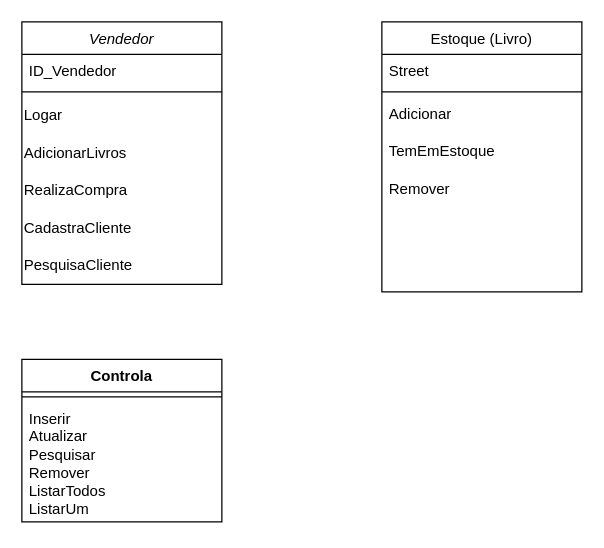
This is Documentação/UML_Primeira_Parte.drawio from AlecrimLunar/Banco-de-dados-Livraria, a draw.io file, before an edit. Source tidied: cells renumbered, new cells numbered last; positions are measured from the earlier drawing's top-left corner, leaving out a move shared by most shapes. Both pictures are drawn from the tidied source at 125%, with x=0, y=0 at pixel (21, 21).
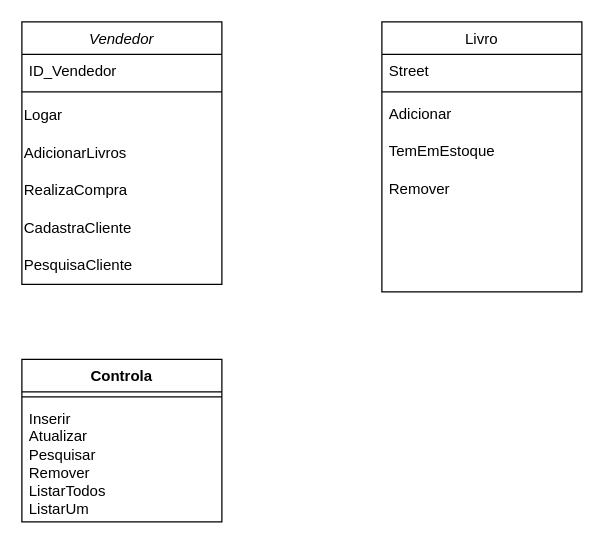
The same diagram, later.

The edit, as a diff of the source:
```diff
@@
 <mxGraphModel>
   <root>
     <mxCell id="0" />
     <mxCell id="1" parent="0" />
     <mxCell id="2" value="Vendedor" style="swimlane;fontStyle=2;align=center;verticalAlign=top;horizontal=1;startSize=26;rounded=0;shadow=0;strokeWidth=1;" parent="1" vertex="1">
       <mxGeometry width="160" height="210" as="geometry" />
     </mxCell>
     <mxCell id="3" value="ID_Vendedor" style="text;align=left;verticalAlign=top;spacingLeft=4;spacingRight=4;overflow=hidden;" parent="2" vertex="1">
       <mxGeometry y="26" width="160" height="26" as="geometry" />
     </mxCell>
     <mxCell id="4" style="line;html=1;strokeWidth=1;align=left;verticalAlign=middle;spacingTop=-1;spacingLeft=3;spacingRight=3;labelPosition=right;" parent="2" vertex="1">
       <mxGeometry y="52" width="160" height="8" as="geometry" />
     </mxCell>
     <mxCell id="5" value="&lt;div align=&quot;left&quot;&gt;Logar&lt;/div&gt;" style="text;html=1;align=left;verticalAlign=middle;strokeColor=none;fillColor=none;" parent="2" vertex="1">
       <mxGeometry y="60" width="160" height="30" as="geometry" />
     </mxCell>
     <mxCell id="6" value="AdicionarLivros" style="text;html=1;align=left;verticalAlign=middle;strokeColor=none;fillColor=none;" parent="2" vertex="1">
       <mxGeometry y="90" width="160" height="30" as="geometry" />
     </mxCell>
     <mxCell id="7" value="RealizaCompra" style="text;html=1;align=left;verticalAlign=middle;strokeColor=none;fillColor=none;" parent="2" vertex="1">
       <mxGeometry y="120" width="160" height="30" as="geometry" />
     </mxCell>
     <mxCell id="8" value="CadastraCliente" style="text;html=1;align=left;verticalAlign=middle;strokeColor=none;fillColor=none;" parent="2" vertex="1">
       <mxGeometry y="150" width="160" height="30" as="geometry" />
     </mxCell>
     <mxCell id="9" value="PesquisaCliente" style="text;html=1;align=left;verticalAlign=middle;strokeColor=none;fillColor=none;" parent="2" vertex="1">
       <mxGeometry y="180" width="160" height="30" as="geometry" />
     </mxCell>
-    <mxCell id="10" value="Estoque (Livro)" style="swimlane;fontStyle=0;align=center;verticalAlign=top;horizontal=1;startSize=26;rounded=0;shadow=0;strokeWidth=1;" parent="1" vertex="1">
+    <mxCell id="10" value="Livro" style="swimlane;fontStyle=0;align=center;verticalAlign=top;horizontal=1;startSize=26;rounded=0;shadow=0;strokeWidth=1;" parent="1" vertex="1">
       <mxGeometry x="288" width="160" height="216" as="geometry" />
     </mxCell>
     <mxCell id="11" value="Street" style="text;align=left;verticalAlign=top;spacingLeft=4;spacingRight=4;overflow=hidden;" parent="10" vertex="1">
       <mxGeometry y="26" width="160" height="26" as="geometry" />
     </mxCell>
     <mxCell id="12" style="line;html=1;strokeWidth=1;align=left;verticalAlign=middle;spacingTop=-1;spacingLeft=3;spacingRight=3;labelPosition=right;" parent="10" vertex="1">
       <mxGeometry y="52" width="160" height="8" as="geometry" />
     </mxCell>
     <mxCell id="13" value="Adicionar&#10;" style="text;align=left;verticalAlign=top;spacingLeft=4;spacingRight=4;overflow=hidden;" parent="10" vertex="1">
       <mxGeometry y="60" width="160" height="30" as="geometry" />
     </mxCell>
     <mxCell id="14" value="TemEmEstoque" style="text;align=left;verticalAlign=top;spacingLeft=4;spacingRight=4;overflow=hidden;" parent="10" vertex="1">
       <mxGeometry y="90" width="160" height="30" as="geometry" />
     </mxCell>
     <mxCell id="15" value="Remover" style="text;align=left;verticalAlign=top;spacingLeft=4;spacingRight=4;overflow=hidden;" parent="10" vertex="1">
       <mxGeometry y="120" width="160" height="30" as="geometry" />
     </mxCell>
     <mxCell id="16" value="Controla" style="swimlane;fontStyle=1;align=center;verticalAlign=top;horizontal=1;startSize=26;whiteSpace=wrap;html=1;" parent="1" vertex="1">
       <mxGeometry y="270" width="160" height="130" as="geometry" />
     </mxCell>
     <mxCell id="17" style="line;strokeWidth=1;fillColor=none;align=left;verticalAlign=middle;spacingTop=-1;spacingLeft=3;spacingRight=3;labelPosition=right;strokeColor=inherit;" parent="16" vertex="1">
       <mxGeometry y="26" width="160" height="8" as="geometry" />
     </mxCell>
     <mxCell id="18" value="Inserir&lt;br&gt;Atualizar&lt;br&gt;Pesquisar&lt;br&gt;Remover&lt;br&gt;ListarTodos&lt;br&gt;ListarUm" style="text;strokeColor=none;fillColor=none;align=left;verticalAlign=top;spacingLeft=4;spacingRight=4;overflow=hidden;whiteSpace=wrap;html=1;" parent="16" vertex="1">
       <mxGeometry y="34" width="160" height="96" as="geometry" />
     </mxCell>
   </root>
 </mxGraphModel>
```
